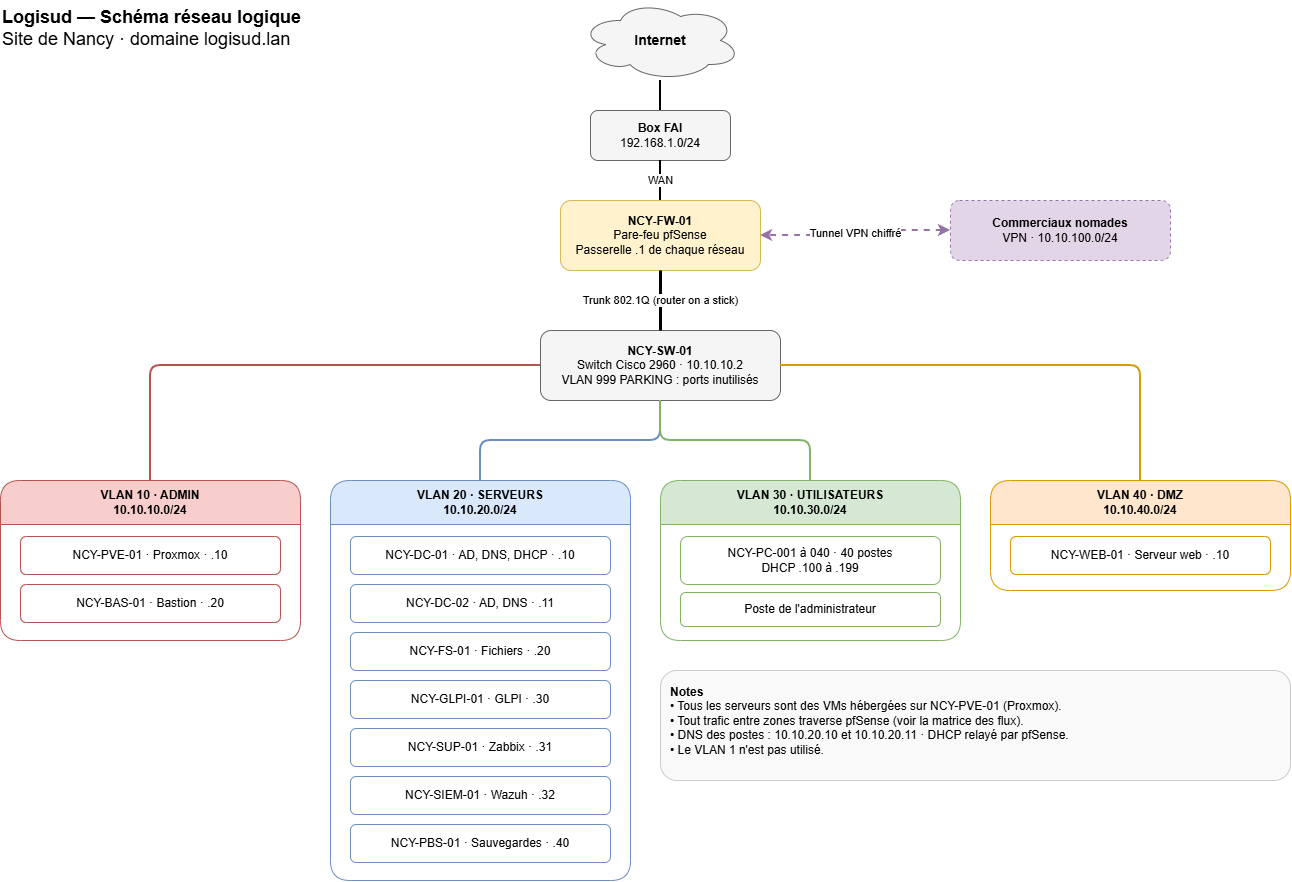
psoosaia/homelab-logisud keeps this draw.io diagram as 01-architecture/schemas/schema-reseau.drawio.png. Above is the earlier version. Source tidied: cells renumbered, new cells last; positions are measured from the earlier drawing's top-left corner, leaving out a move shared by most shapes. Its diagram source:
```xml
<mxGraphModel background="light-dark(#FFFFFF,#121212)">
  <root>
    <mxCell id="0" />
    <mxCell id="1" parent="0" />
    <mxCell id="2" value="&lt;b&gt;Logisud — Schéma réseau logique&lt;/b&gt;&lt;br&gt;Site de Nancy · domaine logisud.lan" style="text;html=1;align=left;verticalAlign=top;fontSize=18;" parent="1" vertex="1">
      <mxGeometry width="420" height="60" as="geometry" />
    </mxCell>
    <mxCell id="3" value="&lt;b&gt;Internet&lt;/b&gt;" style="ellipse;shape=cloud;whiteSpace=wrap;html=1;fillColor=#f5f5f5;strokeColor=#666666;fontSize=14;" parent="1" vertex="1">
      <mxGeometry x="580" width="160" height="80" as="geometry" />
    </mxCell>
    <mxCell id="4" value="&lt;b&gt;Box FAI&lt;/b&gt;&lt;br&gt;192.168.1.0/24" style="rounded=1;whiteSpace=wrap;html=1;fillColor=#f5f5f5;strokeColor=#666666;" parent="1" vertex="1">
      <mxGeometry x="590" y="110" width="140" height="50" as="geometry" />
    </mxCell>
    <mxCell id="5" value="&lt;b&gt;NCY-FW-01&lt;/b&gt;&lt;br&gt;Pare-feu pfSense&lt;br&gt;Passerelle .1 de chaque réseau" style="rounded=1;whiteSpace=wrap;html=1;fillColor=#fff2cc;strokeColor=#d6b656;fontSize=12;" parent="1" vertex="1">
      <mxGeometry x="560" y="200" width="200" height="70" as="geometry" />
    </mxCell>
    <mxCell id="6" value="&lt;b&gt;Commerciaux nomades&lt;/b&gt;&lt;br&gt;VPN · 10.10.100.0/24" style="rounded=1;whiteSpace=wrap;html=1;fillColor=#e1d5e7;strokeColor=#9673a6;dashed=1;" parent="1" vertex="1">
      <mxGeometry x="950" y="200" width="220" height="60" as="geometry" />
    </mxCell>
    <mxCell id="7" value="&lt;b&gt;NCY-SW-01&lt;/b&gt;&lt;br&gt;Switch Cisco 2960 · 10.10.10.2&lt;br&gt;VLAN 999 PARKING : ports inutilisés" style="rounded=1;whiteSpace=wrap;html=1;fillColor=#f5f5f5;strokeColor=#666666;" parent="1" vertex="1">
      <mxGeometry x="540" y="330" width="240" height="70" as="geometry" />
    </mxCell>
    <mxCell id="8" value="VLAN 10 · ADMIN&lt;br&gt;10.10.10.0/24" style="swimlane;whiteSpace=wrap;html=1;startSize=44;fillColor=#f8cecc;strokeColor=#b85450;fontStyle=1;rounded=1;" parent="1" vertex="1">
      <mxGeometry y="480" width="300" height="160" as="geometry" />
    </mxCell>
    <mxCell id="9" value="NCY-PVE-01 · Proxmox · .10" style="rounded=1;whiteSpace=wrap;html=1;fillColor=#ffffff;strokeColor=#b85450;" parent="8" vertex="1">
      <mxGeometry x="20" y="56" width="260" height="38" as="geometry" />
    </mxCell>
    <mxCell id="10" value="NCY-BAS-01 · Bastion · .20" style="rounded=1;whiteSpace=wrap;html=1;fillColor=#ffffff;strokeColor=#b85450;" parent="8" vertex="1">
      <mxGeometry x="20" y="104" width="260" height="38" as="geometry" />
    </mxCell>
    <mxCell id="11" value="VLAN 20 · SERVEURS&lt;br&gt;10.10.20.0/24" style="swimlane;whiteSpace=wrap;html=1;startSize=44;fillColor=#dae8fc;strokeColor=#6c8ebf;fontStyle=1;rounded=1;" parent="1" vertex="1">
      <mxGeometry x="330" y="480" width="300" height="400" as="geometry" />
    </mxCell>
    <mxCell id="12" value="NCY-DC-01 · AD, DNS, DHCP · .10" style="rounded=1;whiteSpace=wrap;html=1;fillColor=#ffffff;strokeColor=#6c8ebf;" parent="11" vertex="1">
      <mxGeometry x="20" y="56" width="260" height="38" as="geometry" />
    </mxCell>
    <mxCell id="13" value="NCY-DC-02 · AD, DNS · .11" style="rounded=1;whiteSpace=wrap;html=1;fillColor=#ffffff;strokeColor=#6c8ebf;" parent="11" vertex="1">
      <mxGeometry x="20" y="104" width="260" height="38" as="geometry" />
    </mxCell>
    <mxCell id="14" value="NCY-FS-01 · Fichiers · .20" style="rounded=1;whiteSpace=wrap;html=1;fillColor=#ffffff;strokeColor=#6c8ebf;" parent="11" vertex="1">
      <mxGeometry x="20" y="152" width="260" height="38" as="geometry" />
    </mxCell>
    <mxCell id="15" value="NCY-GLPI-01 · GLPI · .30" style="rounded=1;whiteSpace=wrap;html=1;fillColor=#ffffff;strokeColor=#6c8ebf;" parent="11" vertex="1">
      <mxGeometry x="20" y="200" width="260" height="38" as="geometry" />
    </mxCell>
    <mxCell id="16" value="NCY-SUP-01 · Zabbix · .31" style="rounded=1;whiteSpace=wrap;html=1;fillColor=#ffffff;strokeColor=#6c8ebf;" parent="11" vertex="1">
      <mxGeometry x="20" y="248" width="260" height="38" as="geometry" />
    </mxCell>
    <mxCell id="17" value="NCY-SIEM-01 · Wazuh · .32" style="rounded=1;whiteSpace=wrap;html=1;fillColor=#ffffff;strokeColor=#6c8ebf;" parent="11" vertex="1">
      <mxGeometry x="20" y="296" width="260" height="38" as="geometry" />
    </mxCell>
    <mxCell id="18" value="NCY-PBS-01 · Sauvegardes · .40" style="rounded=1;whiteSpace=wrap;html=1;fillColor=#ffffff;strokeColor=#6c8ebf;" parent="11" vertex="1">
      <mxGeometry x="20" y="344" width="260" height="38" as="geometry" />
    </mxCell>
    <mxCell id="19" value="VLAN 30 · UTILISATEURS&lt;br&gt;10.10.30.0/24" style="swimlane;whiteSpace=wrap;html=1;startSize=44;fillColor=#d5e8d4;strokeColor=#82b366;fontStyle=1;rounded=1;" parent="1" vertex="1">
      <mxGeometry x="660" y="480" width="300" height="160" as="geometry" />
    </mxCell>
    <mxCell id="20" value="NCY-PC-001 à 040 · 40 postes&lt;br&gt;DHCP .100 à .199" style="rounded=1;whiteSpace=wrap;html=1;fillColor=#ffffff;strokeColor=#82b366;" parent="19" vertex="1">
      <mxGeometry x="20" y="56" width="260" height="48" as="geometry" />
    </mxCell>
    <mxCell id="21" value="Poste de l'administrateur" style="rounded=1;whiteSpace=wrap;html=1;fillColor=#ffffff;strokeColor=#82b366;" parent="19" vertex="1">
      <mxGeometry x="20" y="112" width="260" height="34" as="geometry" />
    </mxCell>
    <mxCell id="22" value="VLAN 40 · DMZ&lt;br&gt;10.10.40.0/24" style="swimlane;whiteSpace=wrap;html=1;startSize=44;fillColor=#ffe6cc;strokeColor=#d79b00;fontStyle=1;rounded=1;" parent="1" vertex="1">
      <mxGeometry x="990" y="480" width="300" height="110" as="geometry" />
    </mxCell>
    <mxCell id="23" value="NCY-WEB-01 · Serveur web · .10" style="rounded=1;whiteSpace=wrap;html=1;fillColor=#ffffff;strokeColor=#d79b00;" parent="22" vertex="1">
      <mxGeometry x="20" y="56" width="260" height="38" as="geometry" />
    </mxCell>
    <mxCell id="24" style="endArrow=none;html=1;strokeWidth=2;" parent="1" edge="1" source="3" target="4">
      <mxGeometry relative="1" as="geometry" />
    </mxCell>
    <mxCell id="25" value="WAN" style="endArrow=none;html=1;strokeWidth=2;labelBackgroundColor=#ffffff;" parent="1" edge="1" source="4" target="5">
      <mxGeometry relative="1" as="geometry" />
    </mxCell>
    <mxCell id="26" value="Tunnel VPN chiffré" style="endArrow=classic;startArrow=classic;html=1;dashed=1;strokeColor=#9673a6;strokeWidth=2;labelBackgroundColor=#ffffff;edgeStyle=orthogonalEdgeStyle;" parent="1" edge="1" source="6" target="5">
      <mxGeometry relative="1" as="geometry" />
    </mxCell>
    <mxCell id="27" value="Trunk 802.1Q (router on a stick)" style="endArrow=none;html=1;strokeWidth=3;labelBackgroundColor=#ffffff;" parent="1" edge="1" source="5" target="7">
      <mxGeometry relative="1" as="geometry" />
    </mxCell>
    <mxCell id="28" style="endArrow=none;html=1;strokeWidth=2;strokeColor=#b85450;edgeStyle=orthogonalEdgeStyle;" parent="1" edge="1" source="7" target="8">
      <mxGeometry relative="1" as="geometry" />
    </mxCell>
    <mxCell id="29" style="endArrow=none;html=1;strokeWidth=2;strokeColor=#6c8ebf;edgeStyle=orthogonalEdgeStyle;" parent="1" edge="1" source="7" target="11">
      <mxGeometry relative="1" as="geometry" />
    </mxCell>
    <mxCell id="30" style="endArrow=none;html=1;strokeWidth=2;strokeColor=#82b366;edgeStyle=orthogonalEdgeStyle;" parent="1" edge="1" source="7" target="19">
      <mxGeometry relative="1" as="geometry" />
    </mxCell>
    <mxCell id="31" style="endArrow=none;html=1;strokeWidth=2;strokeColor=#d79b00;edgeStyle=orthogonalEdgeStyle;" parent="1" edge="1" source="7" target="22">
      <mxGeometry relative="1" as="geometry" />
    </mxCell>
    <mxCell id="32" value="&lt;b&gt;Notes&lt;/b&gt;&lt;br&gt;• Tous les serveurs sont des VMs hébergées sur NCY-PVE-01 (Proxmox).&lt;br&gt;• Tout trafic entre zones traverse pfSense (voir la matrice des flux).&lt;br&gt;• DNS des postes : 10.10.20.10 et 10.10.20.11 · DHCP relayé par pfSense.&lt;br&gt;• Le VLAN 1 n'est pas utilisé." style="text;html=1;align=left;verticalAlign=top;whiteSpace=wrap;fontSize=12;fillColor=#f9f9f9;strokeColor=#cccccc;spacing=10;rounded=1;" parent="1" vertex="1">
      <mxGeometry x="660" y="670" width="630" height="110" as="geometry" />
    </mxCell>
  </root>
</mxGraphModel>
```
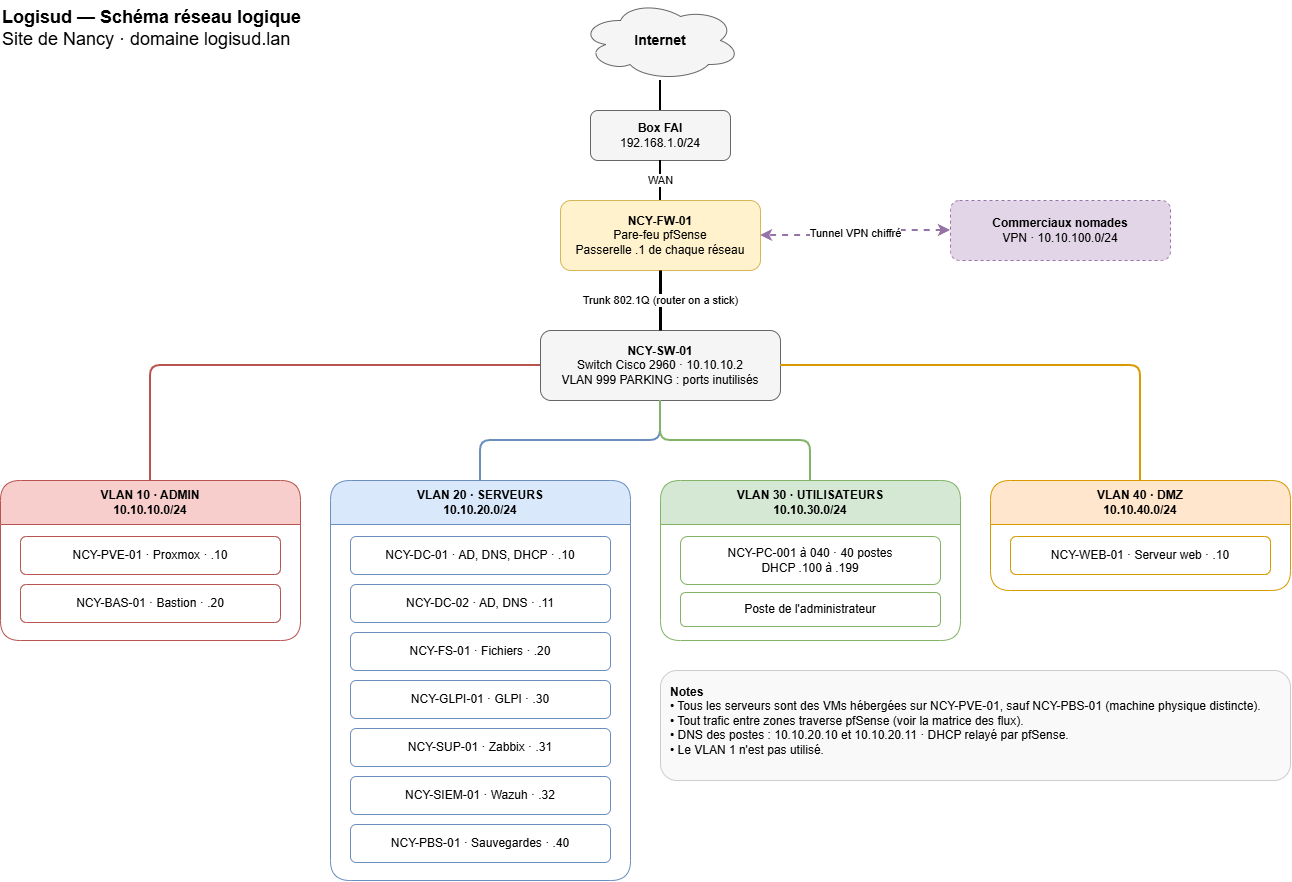
The same file after the commit.

Commit message:
Architecture : serveur de sauvegarde sur une machine physique distincte

Change to the diagram source:
```diff
@@ -92,7 +92,7 @@
     <mxCell id="31" style="endArrow=none;html=1;strokeWidth=2;strokeColor=#d79b00;edgeStyle=orthogonalEdgeStyle;" parent="1" edge="1" source="7" target="22">
       <mxGeometry relative="1" as="geometry" />
     </mxCell>
-    <mxCell id="32" value="&lt;b&gt;Notes&lt;/b&gt;&lt;br&gt;• Tous les serveurs sont des VMs hébergées sur NCY-PVE-01 (Proxmox).&lt;br&gt;• Tout trafic entre zones traverse pfSense (voir la matrice des flux).&lt;br&gt;• DNS des postes : 10.10.20.10 et 10.10.20.11 · DHCP relayé par pfSense.&lt;br&gt;• Le VLAN 1 n'est pas utilisé." style="text;html=1;align=left;verticalAlign=top;whiteSpace=wrap;fontSize=12;fillColor=#f9f9f9;strokeColor=#cccccc;spacing=10;rounded=1;" parent="1" vertex="1">
+    <mxCell id="32" value="&lt;b&gt;Notes&lt;/b&gt;&lt;br&gt;• Tous les serveurs sont des VMs hébergées sur NCY-PVE-01, sauf NCY-PBS-01 (machine physique distincte).&lt;br&gt;• Tout trafic entre zones traverse pfSense (voir la matrice des flux).&lt;br&gt;• DNS des postes : 10.10.20.10 et 10.10.20.11 · DHCP relayé par pfSense.&lt;br&gt;• Le VLAN 1 n'est pas utilisé." style="text;html=1;align=left;verticalAlign=top;whiteSpace=wrap;fontSize=12;fillColor=#f9f9f9;strokeColor=#cccccc;spacing=10;rounded=1;" parent="1" vertex="1">
       <mxGeometry x="660" y="670" width="630" height="110" as="geometry" />
     </mxCell>
   </root>
```
